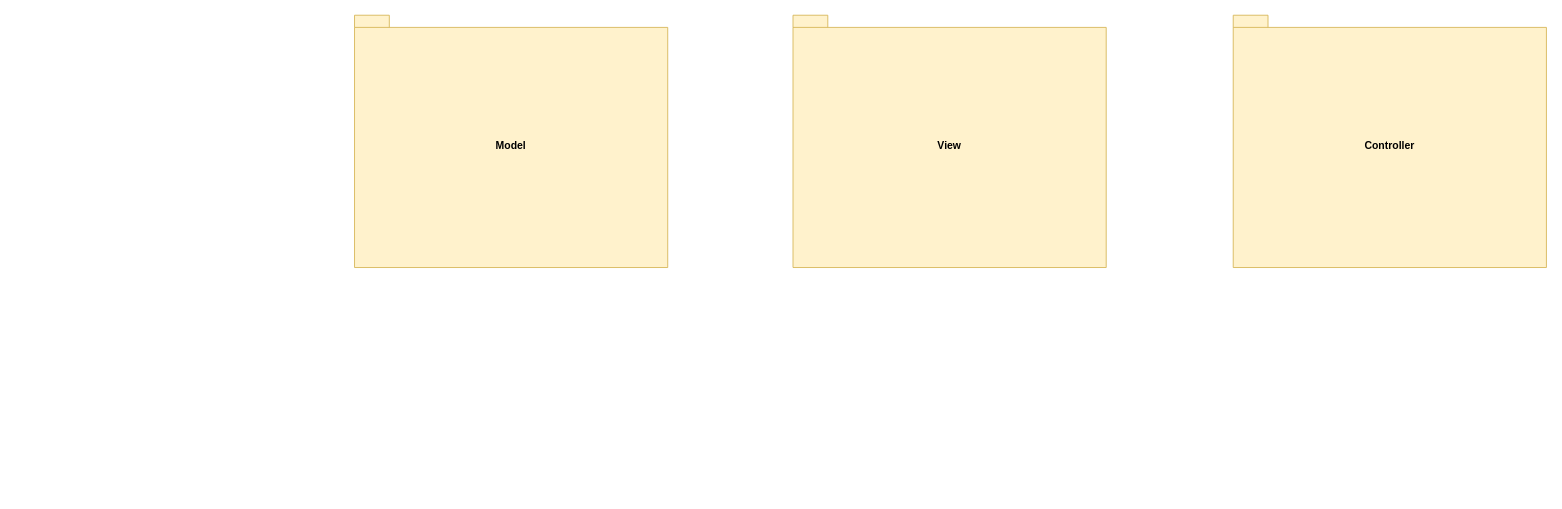
This is Video Player.drawio from DanDCool/UML-graph-for-the-Video-Player-project, a draw.io file, before an edit. Source tidied: cells renumbered, new cells numbered last; positions are measured from the earlier drawing's top-left corner, leaving out a move shared by most shapes. Both pictures are drawn from the tidied source at 87%, with x=0, y=0 at pixel (354, 15).
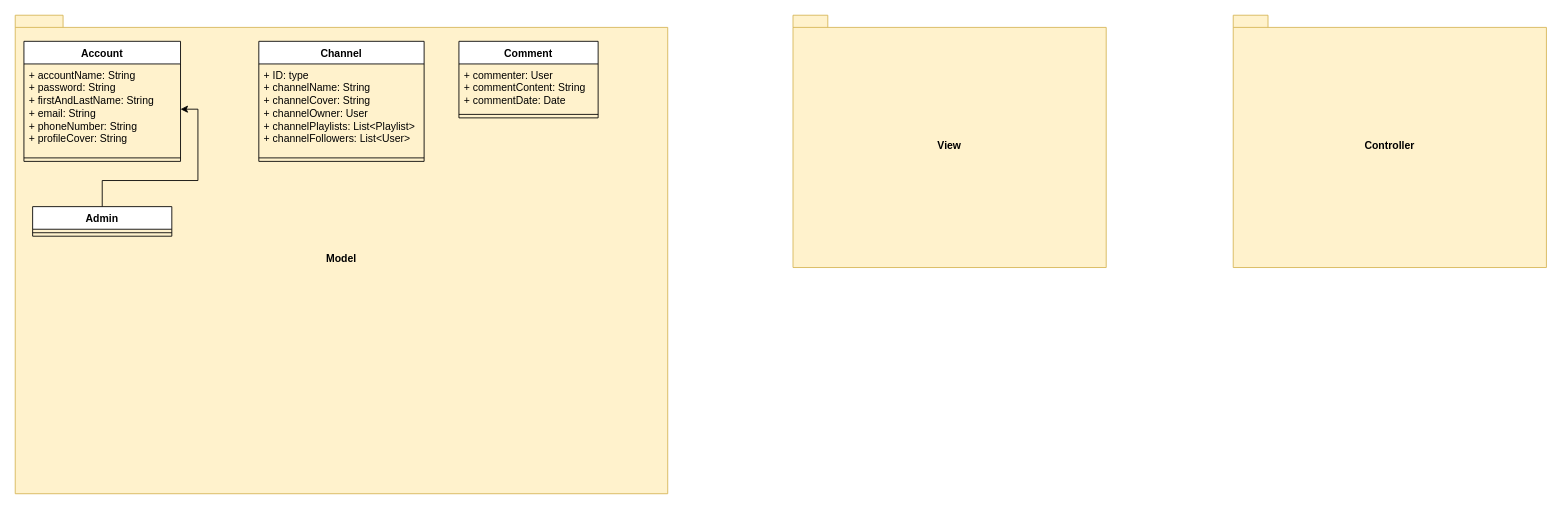
After the change.

Commit message:
Added classes Account, Admin, Channel and Comment

Diff of the diagram source:
```diff
@@
 <mxGraphModel>
   <root>
     <mxCell id="0" />
     <mxCell id="1" parent="0" />
     <mxCell id="2" value="Model" style="shape=folder;fontStyle=1;spacingTop=10;tabWidth=40;tabHeight=14;tabPosition=left;html=1;whiteSpace=wrap;fillColor=#fff2cc;strokeColor=#d6b656;" parent="1" vertex="1">
-      <mxGeometry width="360" height="290" as="geometry" />
+      <mxGeometry x="-390" width="750" height="550" as="geometry" />
     </mxCell>
     <mxCell id="3" value="View" style="shape=folder;fontStyle=1;spacingTop=10;tabWidth=40;tabHeight=14;tabPosition=left;html=1;whiteSpace=wrap;fillColor=#fff2cc;strokeColor=#d6b656;" parent="1" vertex="1">
       <mxGeometry x="504" width="360" height="290" as="geometry" />
     </mxCell>
     <mxCell id="4" value="Controller" style="shape=folder;fontStyle=1;spacingTop=10;tabWidth=40;tabHeight=14;tabPosition=left;html=1;whiteSpace=wrap;fillColor=#fff2cc;strokeColor=#d6b656;" parent="1" vertex="1">
       <mxGeometry x="1010" width="360" height="290" as="geometry" />
     </mxCell>
+    <mxCell id="5" value="Account" style="swimlane;fontStyle=1;align=center;verticalAlign=top;horizontal=1;startSize=26;whiteSpace=wrap;html=1;" parent="1" vertex="1">
+      <mxGeometry x="-380" y="30" width="180" height="138" as="geometry" />
+    </mxCell>
+    <mxCell id="6" value="+ accountName: String&lt;div&gt;+ password:&amp;nbsp;&lt;span style=&quot;background-color: transparent; color: light-dark(rgb(0, 0, 0), rgb(255, 255, 255));&quot;&gt;String&lt;/span&gt;&lt;/div&gt;&lt;div&gt;+ firstAndLastName:&amp;nbsp;&lt;span style=&quot;background-color: transparent; color: light-dark(rgb(0, 0, 0), rgb(255, 255, 255));&quot;&gt;String&lt;/span&gt;&lt;/div&gt;&lt;div&gt;+ email:&amp;nbsp;&lt;span style=&quot;background-color: transparent; color: light-dark(rgb(0, 0, 0), rgb(255, 255, 255));&quot;&gt;String&lt;/span&gt;&lt;/div&gt;&lt;div&gt;+ phoneNumber:&amp;nbsp;&lt;span style=&quot;background-color: transparent; color: light-dark(rgb(0, 0, 0), rgb(255, 255, 255));&quot;&gt;String&lt;/span&gt;&lt;/div&gt;&lt;div&gt;+ profileCover:&amp;nbsp;&lt;span style=&quot;background-color: transparent; color: light-dark(rgb(0, 0, 0), rgb(255, 255, 255));&quot;&gt;String&lt;/span&gt;&lt;/div&gt;" style="text;strokeColor=none;fillColor=none;align=left;verticalAlign=top;spacingLeft=4;spacingRight=4;overflow=hidden;points=[[0,0.5],[1,0.5]];portConstraint=eastwest;whiteSpace=wrap;html=1;" parent="5" vertex="1">
+      <mxGeometry y="26" width="180" height="104" as="geometry" />
+    </mxCell>
+    <mxCell id="7" style="line;strokeWidth=1;fillColor=none;align=left;verticalAlign=middle;spacingTop=-1;spacingLeft=3;spacingRight=3;labelPosition=right;strokeColor=inherit;" parent="5" vertex="1">
+      <mxGeometry y="130" width="180" height="8" as="geometry" />
+    </mxCell>
+    <mxCell id="8" style="edgeStyle=orthogonalEdgeStyle;rounded=0;jettySize=auto;html=1;" parent="1" edge="1" source="9" target="6">
+      <mxGeometry relative="1" as="geometry" />
+    </mxCell>
+    <mxCell id="9" value="Admin&lt;div&gt;&lt;br&gt;&lt;/div&gt;" style="swimlane;fontStyle=1;align=center;verticalAlign=top;horizontal=1;startSize=26;whiteSpace=wrap;html=1;" parent="1" vertex="1">
+      <mxGeometry x="-370" y="220" width="160" height="34" as="geometry" />
+    </mxCell>
+    <mxCell id="10" style="line;strokeWidth=1;fillColor=none;align=left;verticalAlign=middle;spacingTop=-1;spacingLeft=3;spacingRight=3;labelPosition=right;strokeColor=inherit;" parent="9" vertex="1">
+      <mxGeometry y="26" width="160" height="8" as="geometry" />
+    </mxCell>
+    <mxCell id="11" value="Channel" style="swimlane;fontStyle=1;align=center;verticalAlign=top;horizontal=1;startSize=26;whiteSpace=wrap;html=1;" parent="1" vertex="1">
+      <mxGeometry x="-110" y="30" width="190" height="138" as="geometry" />
+    </mxCell>
+    <mxCell id="12" value="+ ID: type&lt;div&gt;+ channelName: String&lt;/div&gt;&lt;div&gt;+ channelCover:&amp;nbsp;&lt;span style=&quot;background-color: transparent; color: light-dark(rgb(0, 0, 0), rgb(255, 255, 255));&quot;&gt;String&lt;/span&gt;&lt;/div&gt;&lt;div&gt;+ channelOwner: User&lt;/div&gt;&lt;div&gt;+ channelPlaylists: List&amp;lt;Playlist&amp;gt;&lt;/div&gt;&lt;div&gt;+ channelFollowers: List&amp;lt;User&amp;gt;&lt;/div&gt;&lt;div&gt;&lt;br&gt;&lt;/div&gt;" style="text;strokeColor=none;fillColor=none;align=left;verticalAlign=top;spacingLeft=4;spacingRight=4;overflow=hidden;whiteSpace=wrap;html=1;" parent="11" vertex="1">
+      <mxGeometry y="26" width="190" height="104" as="geometry" />
+    </mxCell>
+    <mxCell id="13" style="line;strokeWidth=1;fillColor=none;align=left;verticalAlign=middle;spacingTop=-1;spacingLeft=3;spacingRight=3;labelPosition=right;strokeColor=inherit;" parent="11" vertex="1">
+      <mxGeometry y="130" width="190" height="8" as="geometry" />
+    </mxCell>
+    <mxCell id="14" value="Comment" style="swimlane;fontStyle=1;align=center;verticalAlign=top;horizontal=1;startSize=26;whiteSpace=wrap;html=1;" parent="1" vertex="1">
+      <mxGeometry x="120" y="30" width="160" height="88" as="geometry" />
+    </mxCell>
+    <mxCell id="15" value="+ commenter: User&lt;div&gt;+ commentContent: String&lt;/div&gt;&lt;div&gt;+ commentDate: Date&lt;/div&gt;" style="text;strokeColor=none;fillColor=none;align=left;verticalAlign=top;spacingLeft=4;spacingRight=4;overflow=hidden;whiteSpace=wrap;html=1;" parent="14" vertex="1">
+      <mxGeometry y="26" width="160" height="54" as="geometry" />
+    </mxCell>
+    <mxCell id="16" style="line;strokeWidth=1;fillColor=none;align=left;verticalAlign=middle;spacingTop=-1;spacingLeft=3;spacingRight=3;labelPosition=right;strokeColor=inherit;" parent="14" vertex="1">
+      <mxGeometry y="80" width="160" height="8" as="geometry" />
+    </mxCell>
   </root>
 </mxGraphModel>
```
